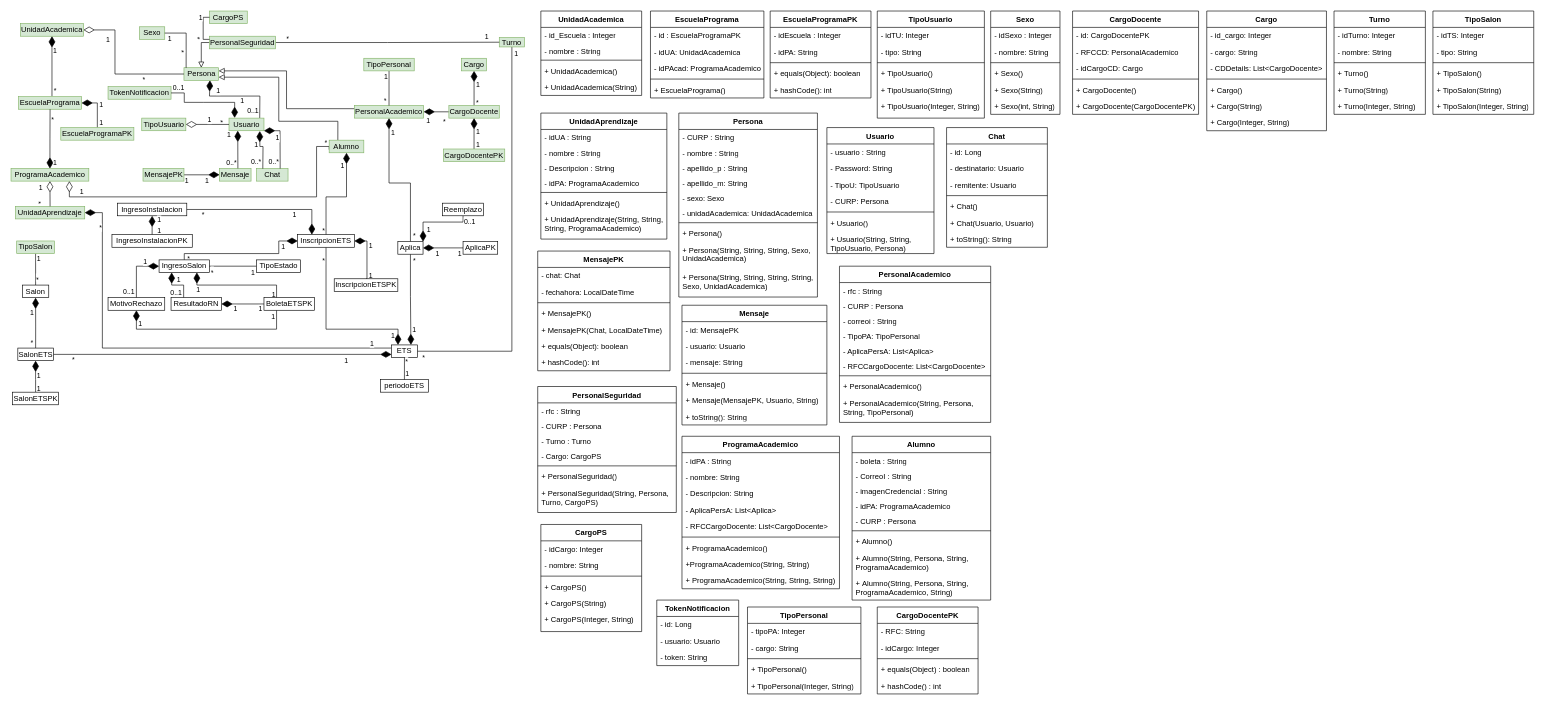
Jajr16/DocumentacionTT keeps this draw.io diagram as Clases/DC Entidades_sin atributos.drawio. Above is the earlier version. Source tidied: cells renumbered, new cells numbered last; positions are measured from the earlier drawing's top-left corner, leaving out a move shared by most shapes. Both pictures are drawn from the tidied source at 63%, with x=0, y=0 at pixel (11, 11).
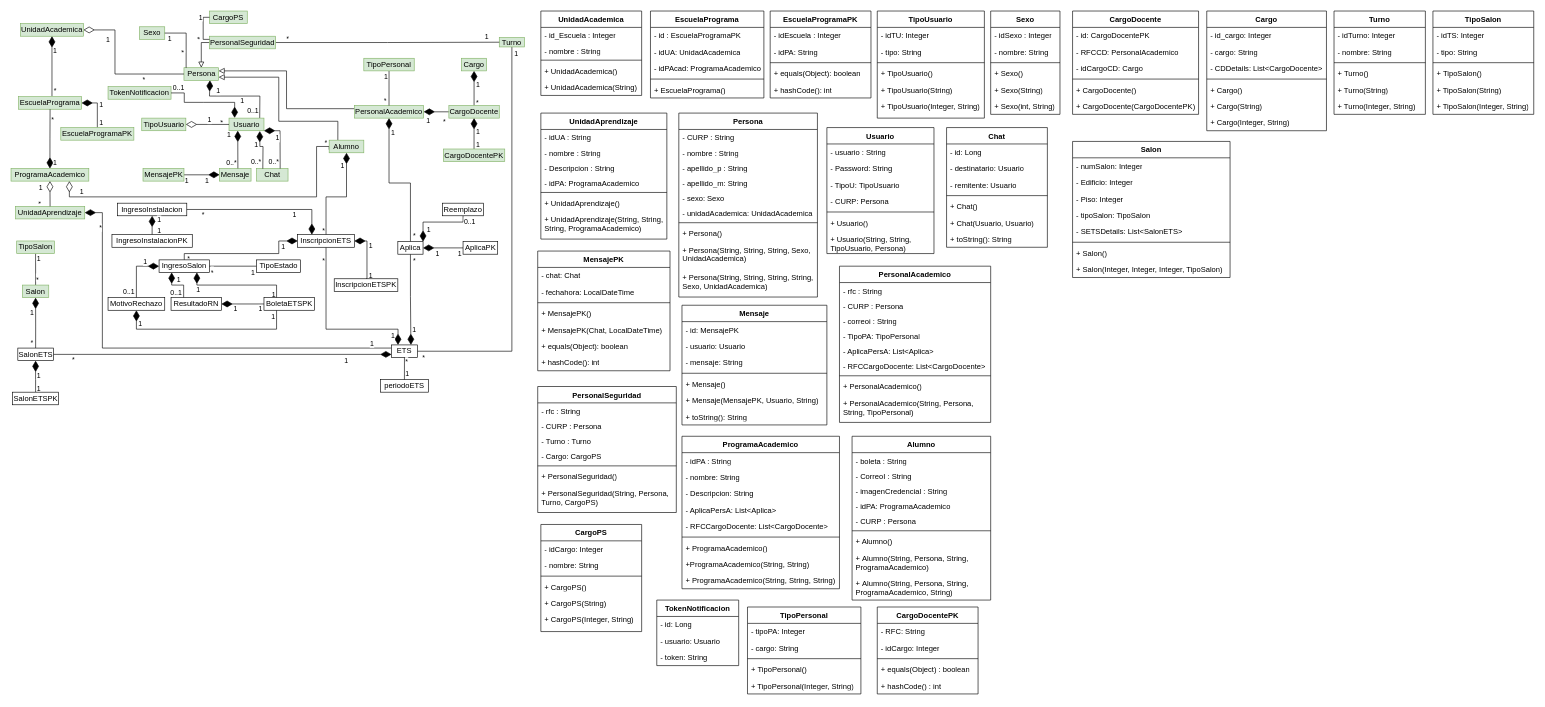
After the change.

Diff of the diagram source:
```diff
@@
-    <mxCell id="78" value="Salon" style="rounded=0;whiteSpace=wrap;html=1;" parent="1" vertex="1">
+    <mxCell id="78" value="Salon" style="rounded=0;whiteSpace=wrap;html=1;fillColor=#d5e8d4;strokeColor=#82b366;" parent="1" vertex="1">
       <mxGeometry x="18.1" y="435" width="41.8" height="20" as="geometry" />
     </mxCell>
@@
+    <mxCell id="345" value="Salon" style="swimlane;fontStyle=1;align=center;verticalAlign=top;horizontal=1;startSize=26;whiteSpace=wrap;html=1;flipH=0;flipV=0;" parent="1" vertex="1">
+      <mxGeometry x="1685" y="207" width="250" height="216" as="geometry" />
+    </mxCell>
+    <mxCell id="346" value="- numSalon:&amp;nbsp;Integer" style="text;strokeColor=none;fillColor=none;align=left;verticalAlign=top;spacingLeft=4;spacingRight=4;overflow=hidden;whiteSpace=wrap;html=1;" parent="345" vertex="1">
+      <mxGeometry y="26" width="250" height="26" as="geometry" />
+    </mxCell>
+    <mxCell id="347" value="- Edificio:&amp;nbsp;Integer" style="text;strokeColor=none;fillColor=none;align=left;verticalAlign=top;spacingLeft=4;spacingRight=4;overflow=hidden;whiteSpace=wrap;html=1;" parent="345" vertex="1">
+      <mxGeometry y="52" width="250" height="26" as="geometry" />
+    </mxCell>
+    <mxCell id="348" value="- Piso:&amp;nbsp;Integer" style="text;strokeColor=none;fillColor=none;align=left;verticalAlign=top;spacingLeft=4;spacingRight=4;overflow=hidden;whiteSpace=wrap;html=1;" parent="345" vertex="1">
+      <mxGeometry y="78" width="250" height="26" as="geometry" />
+    </mxCell>
+    <mxCell id="349" value="- tipoSalon:&amp;nbsp;TipoSalon" style="text;strokeColor=none;fillColor=none;align=left;verticalAlign=top;spacingLeft=4;spacingRight=4;overflow=hidden;whiteSpace=wrap;html=1;" parent="345" vertex="1">
+      <mxGeometry y="104" width="250" height="26" as="geometry" />
+    </mxCell>
+    <mxCell id="350" value="- SETSDetails:&amp;nbsp;List&amp;lt;SalonETS&amp;gt;" style="text;strokeColor=none;fillColor=none;align=left;verticalAlign=top;spacingLeft=4;spacingRight=4;overflow=hidden;whiteSpace=wrap;html=1;" parent="345" vertex="1">
+      <mxGeometry y="130" width="250" height="26" as="geometry" />
+    </mxCell>
+    <mxCell id="351" style="line;strokeWidth=1;fillColor=none;align=left;verticalAlign=middle;spacingTop=-1;spacingLeft=3;spacingRight=3;labelPosition=right;strokeColor=inherit;" parent="345" vertex="1">
+      <mxGeometry y="156" width="250" height="8" as="geometry" />
+    </mxCell>
+    <mxCell id="352" value="+&amp;nbsp;Salon()" style="text;strokeColor=none;fillColor=none;align=left;verticalAlign=top;spacingLeft=4;spacingRight=4;overflow=hidden;whiteSpace=wrap;html=1;" parent="345" vertex="1">
+      <mxGeometry y="164" width="250" height="26" as="geometry" />
+    </mxCell>
+    <mxCell id="353" value="+ Salon(Integer, Integer, Integer, TipoSalon)" style="text;strokeColor=none;fillColor=none;align=left;verticalAlign=top;spacingLeft=4;spacingRight=4;overflow=hidden;whiteSpace=wrap;html=1;" parent="345" vertex="1">
+      <mxGeometry y="190" width="250" height="26" as="geometry" />
+    </mxCell>
```
